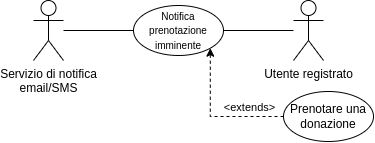
This is D2/media/rf11.png from T45-IS-UNITN/Documentazione, a draw.io export, as it was before one commit. Source tidied: cells renumbered, new cells last; positions are measured from the earlier drawing's top-left corner, leaving out a move shared by most shapes.
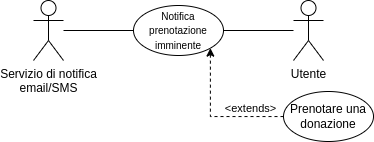
After the change.

The edit, as a diff of the source:
```diff
@@ -13,7 +13,7 @@
         <mxPoint x="100" y="30" as="targetPoint" />
       </mxGeometry>
     </mxCell>
-    <mxCell id="5" value="Utente registrato" style="shape=umlActor;verticalLabelPosition=bottom;verticalAlign=top;html=1;outlineConnect=0;" parent="1" vertex="1">
+    <mxCell id="5" value="Utente" style="shape=umlActor;verticalLabelPosition=bottom;verticalAlign=top;html=1;outlineConnect=0;" parent="1" vertex="1">
       <mxGeometry x="260" width="30" height="60" as="geometry" />
     </mxCell>
     <mxCell id="6" style="endArrow=none;html=1;rounded=0;exitX=1;exitY=0.5;exitDx=0;exitDy=0;" parent="1" edge="1" target="5">
```
